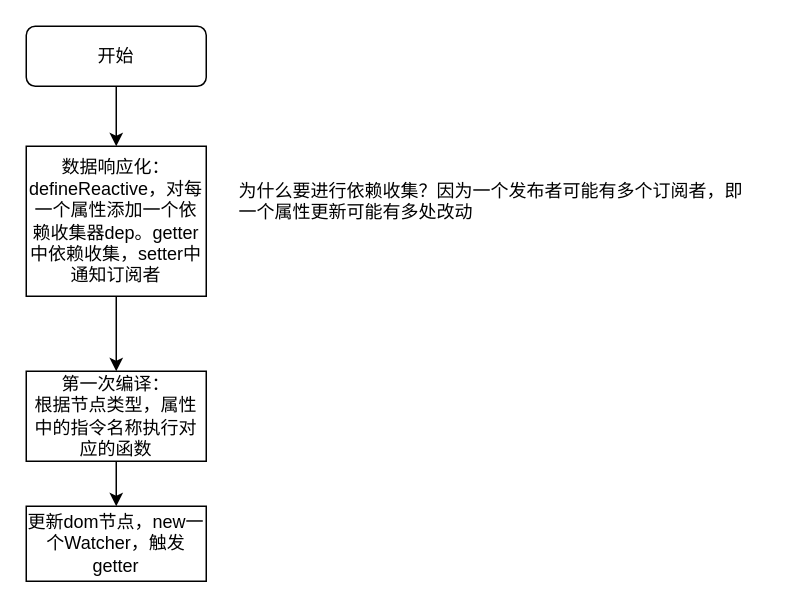
ohguaiguai/drawios keeps this draw.io diagram as Untitled Diagram.drawio. Above is the earlier version. Source tidied: cells renumbered, new cells numbered last; positions are measured from the earlier drawing's top-left corner, leaving out a move shared by most shapes. Both pictures are drawn from the tidied source at 150%, with x=0, y=0 at pixel (26, 26).
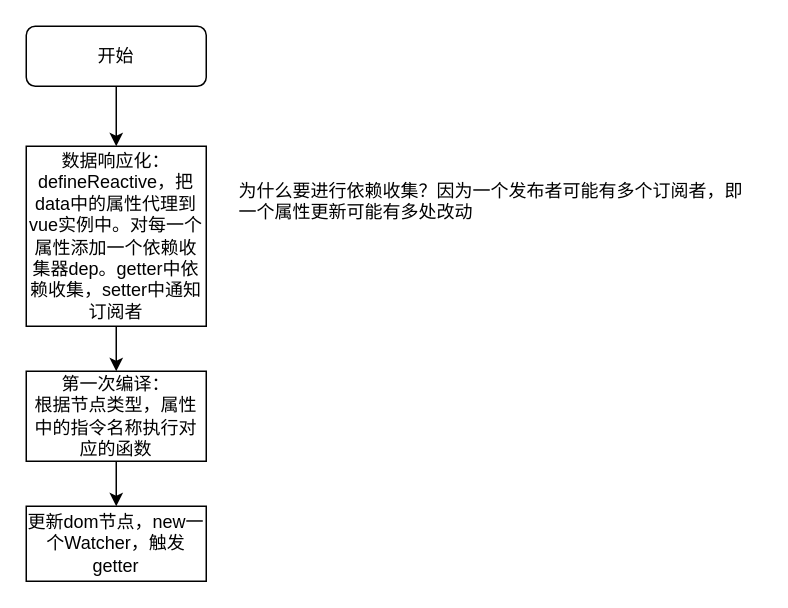
The same page after the edit.

Change to the diagram source:
```diff
@@
 <mxGraphModel>
   <root>
     <mxCell id="0" />
     <mxCell id="1" parent="0" />
     <mxCell id="2" value="开始" style="rounded=1;whiteSpace=wrap;html=1;" parent="1" vertex="1">
       <mxGeometry width="120" height="40" as="geometry" />
     </mxCell>
     <mxCell id="3" style="endArrow=classic;html=1;exitX=0.5;exitY=1;exitDx=0;exitDy=0;" parent="1" edge="1" source="2">
       <mxGeometry relative="1" as="geometry">
         <mxPoint x="60" y="80" as="targetPoint" />
       </mxGeometry>
     </mxCell>
     <mxCell id="4" style="edgeStyle=orthogonalEdgeStyle;rounded=0;jettySize=auto;html=1;" parent="1" edge="1" source="5" target="6">
       <mxGeometry relative="1" as="geometry" />
     </mxCell>
     <mxCell id="5" value="第一次编译：&lt;br&gt;根据节点类型，属性中的指令名称执行对应的函数" style="rounded=0;whiteSpace=wrap;html=1;" parent="1" vertex="1">
       <mxGeometry y="230" width="120" height="60" as="geometry" />
     </mxCell>
     <mxCell id="6" value="更新dom节点，new一个Watcher，触发getter&lt;br&gt;" style="rounded=0;whiteSpace=wrap;html=1;" parent="1" vertex="1">
       <mxGeometry y="320" width="120" height="50" as="geometry" />
     </mxCell>
     <mxCell id="7" style="edgeStyle=orthogonalEdgeStyle;rounded=0;jettySize=auto;html=1;" parent="1" edge="1" source="8" target="5">
       <mxGeometry relative="1" as="geometry" />
     </mxCell>
-    <mxCell id="8" value="数据响应化：&lt;br&gt;defineReactive，对每一个属性添加一个依赖收集器dep。getter中依赖收集，setter中通知订阅者&lt;br&gt;" style="rounded=0;whiteSpace=wrap;html=1;" parent="1" vertex="1">
-      <mxGeometry y="80" width="120" height="100" as="geometry" />
+    <mxCell id="8" value="数据响应化：&lt;br&gt;defineReactive，把data中的属性代理到vue实例中。对每一个属性添加一个依赖收集器dep。getter中依赖收集，setter中通知订阅者" style="rounded=0;whiteSpace=wrap;html=1;" parent="1" vertex="1">
+      <mxGeometry y="80" width="120" height="120" as="geometry" />
     </mxCell>
     <mxCell id="9" value="为什么要进行依赖收集？因为一个发布者可能有多个订阅者，即&lt;br&gt;一个属性更新可能有多处改动" style="text;html=1;align=left;verticalAlign=top;spacingTop=-4;" parent="1" vertex="1">
       <mxGeometry x="140" y="100" width="350" height="30" as="geometry" />
     </mxCell>
   </root>
 </mxGraphModel>
```
